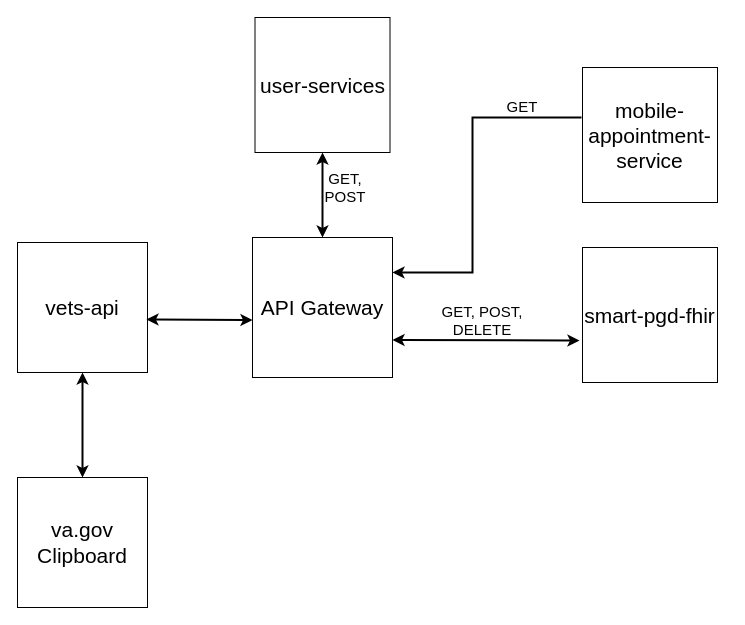
Before: products/health-care/questionnaire/engineering/MAP/diagrams/ClipboardConceptualDiagram.drawio in department-of-veterans-affairs/va.gov-team, a draw.io diagram. Source tidied: cells renumbered, new cells numbered last; positions are measured from the earlier drawing's top-left corner, leaving out a move shared by most shapes. Both pictures are drawn from the tidied source at 100%, with x=0, y=0 at pixel (17, 17).
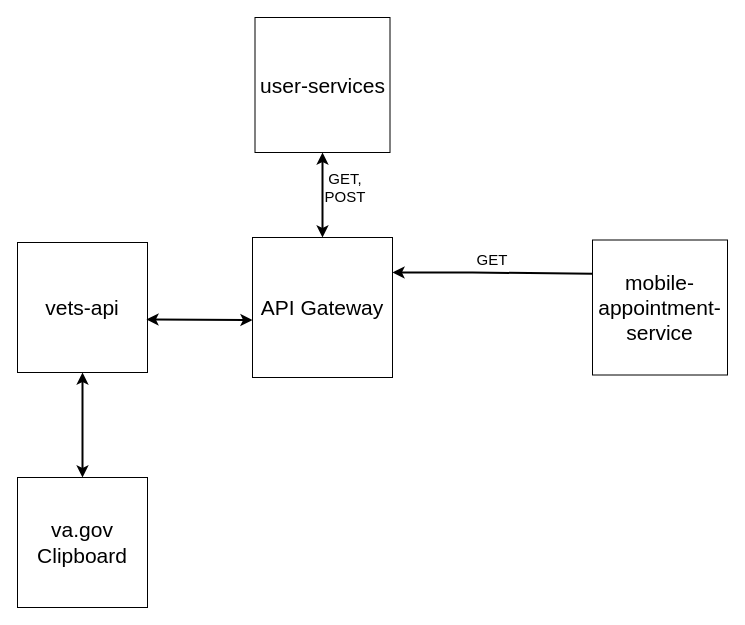
After the change.

Commit message (it also covers changes not shown here):
updated MAP access request for appt data for Clipboard app

Unchanged cells that the change refers to:
```xml
<mxCell id="4" value="API Gateway" style="whiteSpace=wrap;html=1;fontSize=21;" parent="1" vertex="1">
  <mxGeometry x="235" y="220" width="140" height="140" as="geometry" />
</mxCell>
```

Diff of the diagram source:
```diff
@@
     <mxCell id="6" value="mobile-appointment-service" style="whiteSpace=wrap;html=1;fontSize=21;" parent="1" vertex="1">
-      <mxGeometry x="565" y="50" width="135" height="135" as="geometry" />
+      <mxGeometry x="575" y="222.5" width="135" height="135" as="geometry" />
     </mxCell>
-    <mxCell id="7" value="smart-pgd-fhir" style="whiteSpace=wrap;html=1;fontSize=21;" parent="1" vertex="1">
-      <mxGeometry x="565" y="230" width="135" height="135" as="geometry" />
-    </mxCell>
-    <mxCell id="8" style="endArrow=classic;startArrow=classic;html=1;strokeWidth=2;fontSize=21;" parent="1" edge="1">
-      <mxGeometry relative="1" as="geometry">
-        <mxPoint x="375" y="322.5" as="sourcePoint" />
-        <mxPoint x="562" y="323" as="targetPoint" />
-      </mxGeometry>
-    </mxCell>
-    <mxCell id="9" value="GET, POST, DELETE" style="text;html=1;strokeColor=none;fillColor=none;align=center;verticalAlign=middle;whiteSpace=wrap;rounded=0;fontSize=15;" parent="1" vertex="1">
-      <mxGeometry x="395" y="292.5" width="140" height="20" as="geometry" />
-    </mxCell>
-    <mxCell id="10" style="endArrow=classic;html=1;strokeWidth=2;fontSize=15;entryX=1;entryY=0.25;entryDx=0;entryDy=0;rounded=0;" parent="1" edge="1" target="4">
+    <mxCell id="10" style="endArrow=classic;html=1;strokeWidth=2;fontSize=15;entryX=1;entryY=0.25;entryDx=0;entryDy=0;rounded=0;exitX=0;exitY=0.25;exitDx=0;exitDy=0;" parent="1" edge="1" source="6" target="4">
       <mxGeometry relative="1" as="geometry">
-        <mxPoint x="564" y="100" as="sourcePoint" />
         <Array as="points">
-          <mxPoint x="455" y="100" />
           <mxPoint x="455" y="255" />
         </Array>
       </mxGeometry>
     </mxCell>
     <mxCell id="11" value="GET" style="text;html=1;strokeColor=none;fillColor=none;align=center;verticalAlign=middle;whiteSpace=wrap;rounded=0;fontSize=15;" parent="1" vertex="1">
-      <mxGeometry x="485" y="79" width="40" height="20" as="geometry" />
+      <mxGeometry x="455" y="232" width="40" height="20" as="geometry" />
     </mxCell>
```
